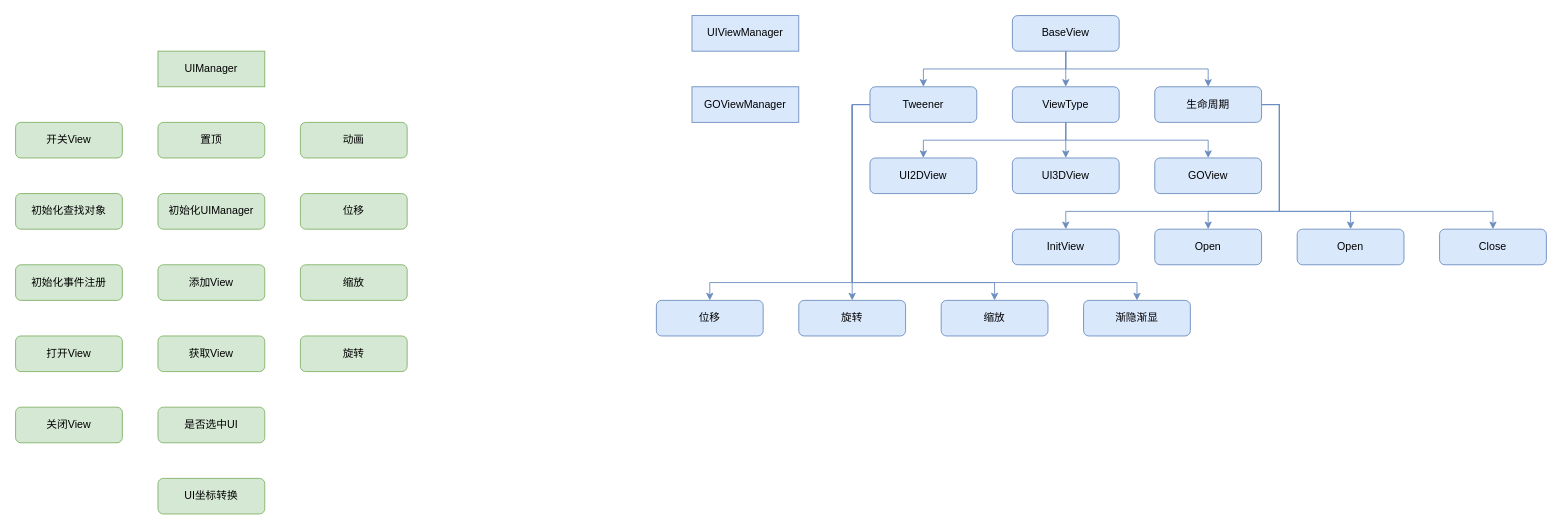
The draw.io diagram page "UI系统" (3 of 3) of 框架设计流程图.drawio in Josh-Jun/UnityAppFramework, before the edit. Source tidied: cells renumbered, new cells numbered last; positions are measured from the earlier drawing's top-left corner, leaving out a move shared by most shapes. Both pictures are drawn from the tidied source at 89%, with x=0, y=0 at pixel (15, 15).
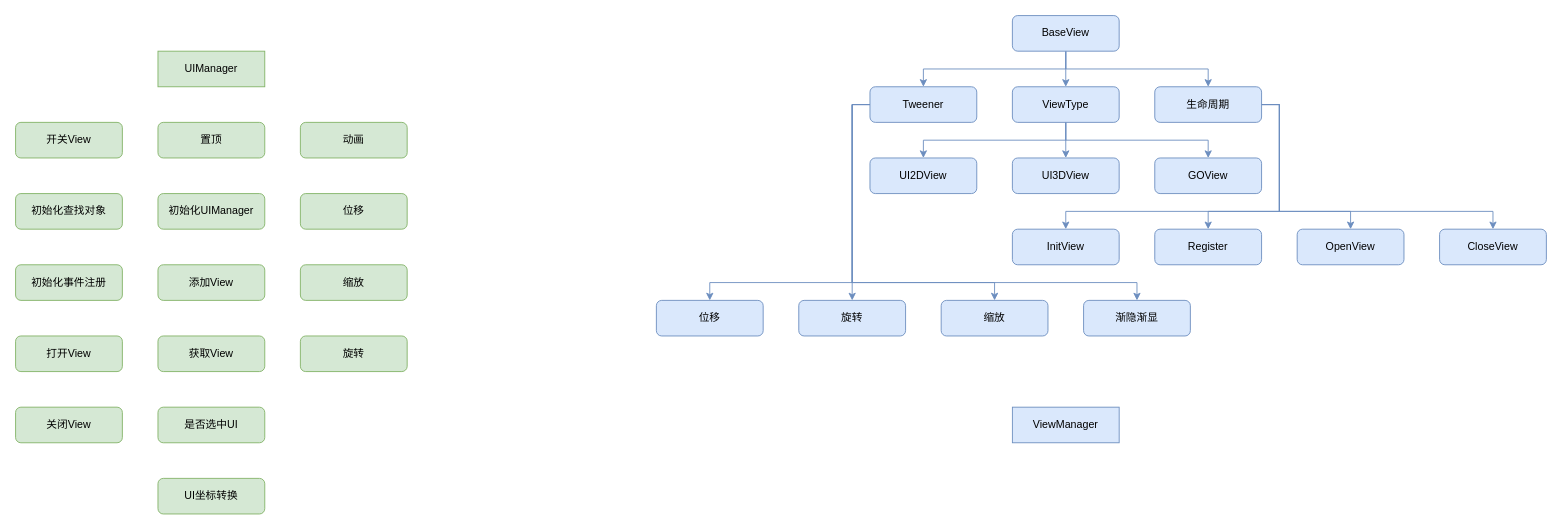
Above is the later version.

Commit message:
更新框架设计流程图.drawio

Change to the diagram source:
```diff
@@
-    <mxCell id="18" value="UIViewManager" style="rounded=0;whiteSpace=wrap;html=1;fillColor=#dae8fc;strokeColor=#6c8ebf;" parent="1" vertex="1">
-      <mxGeometry x="760" width="120" height="40" as="geometry" />
+    <mxCell id="18" value="ViewManager" style="rounded=0;whiteSpace=wrap;html=1;fillColor=#dae8fc;strokeColor=#6c8ebf;" parent="1" vertex="1">
+      <mxGeometry x="1120" y="440" width="120" height="40" as="geometry" />
     </mxCell>
-    <mxCell id="19" value="GOViewManager" style="rounded=0;whiteSpace=wrap;html=1;fillColor=#dae8fc;strokeColor=#6c8ebf;" parent="1" vertex="1">
-      <mxGeometry x="760" y="80" width="120" height="40" as="geometry" />
-    </mxCell>
@@
-    <mxCell id="26" value="Open" style="whiteSpace=wrap;html=1;rounded=1;fillColor=#dae8fc;strokeColor=#6c8ebf;" parent="1" vertex="1">
+    <mxCell id="26" value="OpenView" style="whiteSpace=wrap;html=1;rounded=1;fillColor=#dae8fc;strokeColor=#6c8ebf;" parent="1" vertex="1">
       <mxGeometry x="1440" y="240" width="120" height="40" as="geometry" />
     </mxCell>
-    <mxCell id="27" value="Close" style="whiteSpace=wrap;html=1;rounded=1;fillColor=#dae8fc;strokeColor=#6c8ebf;" parent="1" vertex="1">
+    <mxCell id="27" value="CloseView" style="whiteSpace=wrap;html=1;rounded=1;fillColor=#dae8fc;strokeColor=#6c8ebf;" parent="1" vertex="1">
       <mxGeometry x="1600" y="240" width="120" height="40" as="geometry" />
     </mxCell>
@@
-    <mxCell id="44" value="Open" style="whiteSpace=wrap;html=1;rounded=1;fillColor=#dae8fc;strokeColor=#6c8ebf;" parent="1" vertex="1">
+    <mxCell id="44" value="Register" style="whiteSpace=wrap;html=1;rounded=1;fillColor=#dae8fc;strokeColor=#6c8ebf;" parent="1" vertex="1">
       <mxGeometry x="1280" y="240" width="120" height="40" as="geometry" />
     </mxCell>
```
